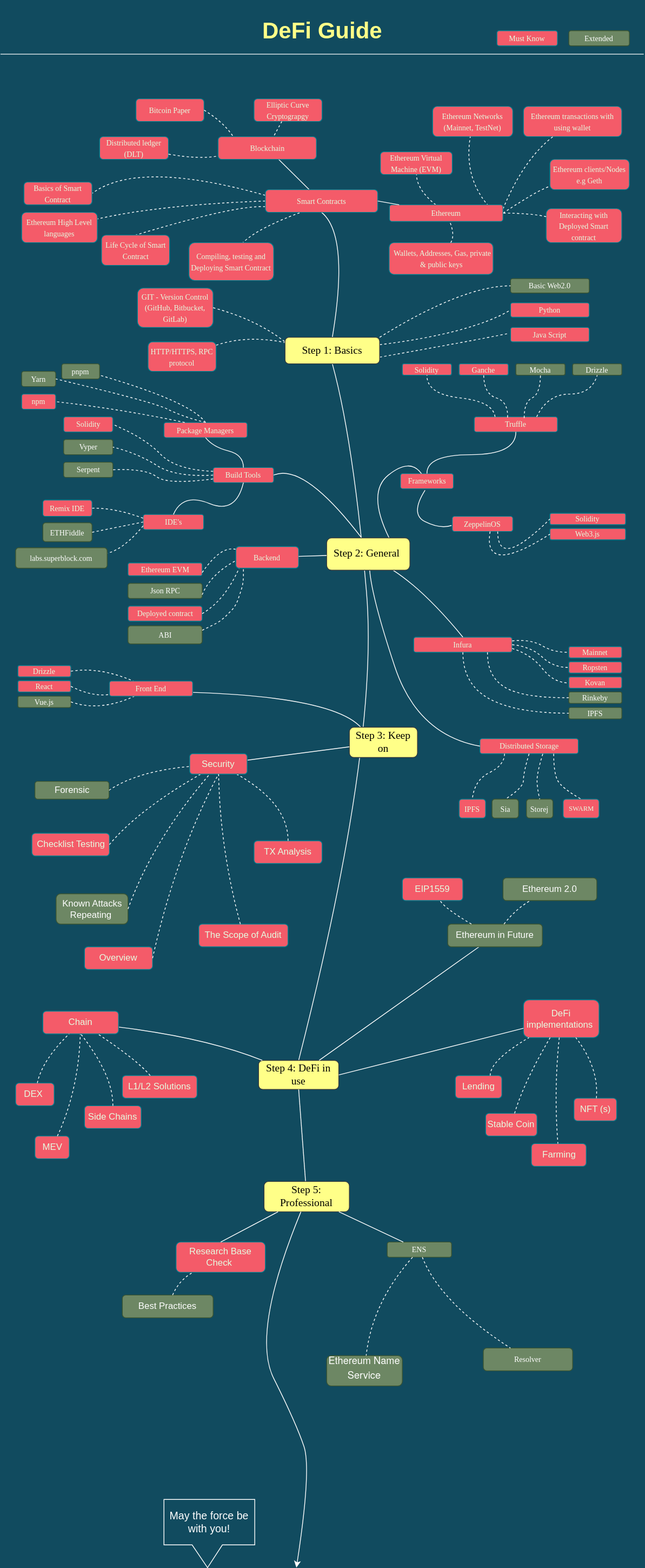
The draw.io diagram DeFiDevRroadMap_-Page-1.svg in OffcierCia/DeFi-Developer-Road-Map, before a commit. Source tidied: cells renumbered, new cells last; positions are measured from the earlier drawing's top-left corner, leaving out a move shared by most shapes.
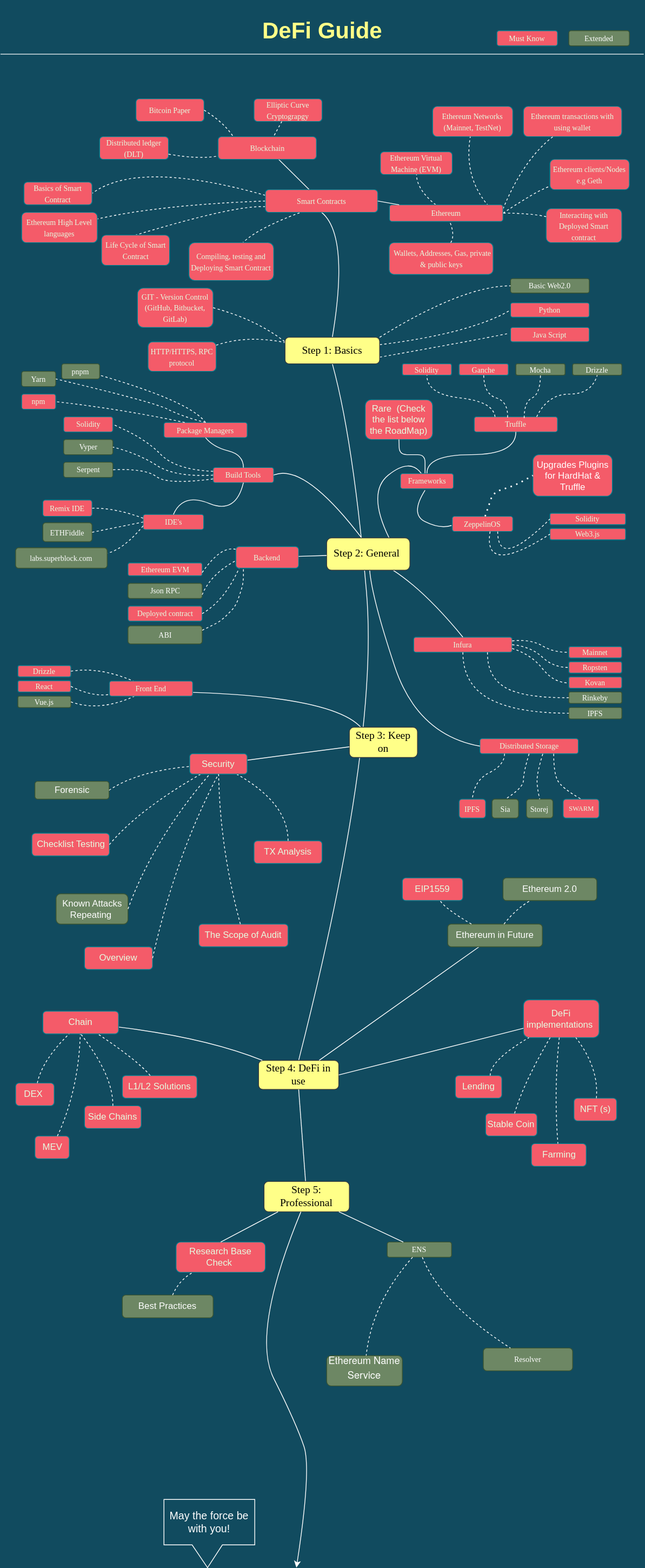
After the change.

The edit, as a diff of the source:
```diff
@@ -67,9 +67,6 @@
     <mxCell id="16" value="&lt;font style=&quot;font-size: 10px&quot;&gt;ETHFiddle&lt;/font&gt;" style="whiteSpace=wrap;html=1;comic=0;fontFamily=Verdana;fontSize=8;fillColor=#6d8764;rounded=1;strokeColor=#3A5431;fontColor=#ffffff;" parent="1" vertex="1">
       <mxGeometry x="56" y="690" width="65" height="25" as="geometry" />
     </mxCell>
-    <mxCell id="17" value="Frameworks" style="whiteSpace=wrap;html=1;comic=0;fontFamily=Verdana;fontSize=10;fillColor=#F45B69;rounded=1;strokeColor=#028090;fontColor=#E4FDE1;" parent="1" vertex="1">
-      <mxGeometry x="528.5" y="625" width="70" height="20" as="geometry" />
-    </mxCell>
     <mxCell id="18" value="Truffle " style="whiteSpace=wrap;html=1;comic=0;fontFamily=Verdana;fontSize=10;fillColor=#F45B69;rounded=1;strokeColor=#028090;fontColor=#E4FDE1;" parent="1" vertex="1">
       <mxGeometry x="626" y="550" width="110" height="20" as="geometry" />
     </mxCell>
@@ -939,5 +936,31 @@
     <mxCell id="191" value="&lt;p style=&quot;margin: 0px ; font-weight: normal ; font-stretch: normal ; font-size: 13px ; line-height: normal ; font-family: &amp;#34;helvetica neue&amp;#34; ; min-height: 15px&quot;&gt;&amp;nbsp;&amp;nbsp;&lt;/p&gt;" style="text;strokeColor=none;fillColor=none;html=1;fontSize=24;fontStyle=1;verticalAlign=middle;align=center;rounded=0;sketch=0;fontColor=#E4FDE1;" parent="1" vertex="1">
       <mxGeometry x="374.2" width="100" height="40" as="geometry" />
     </mxCell>
+    <mxCell id="192" value="Upgrades Plugins for HardHat &amp;amp; Truffle" style="rounded=1;whiteSpace=wrap;html=1;sketch=0;fontColor=#ffffff;fillColor=#F45B69;strokeColor=#028090;" parent="1" vertex="1">
+      <mxGeometry x="703.5" y="600" width="105" height="55" as="geometry" />
+    </mxCell>
+    <mxCell id="193" style="endArrow=none;dashed=1;html=1;dashPattern=1 3;strokeWidth=2;fontColor=#E4FDE1;fillColor=#F45B69;strokeColor=#FFFFFF;entryX=0;entryY=0.5;entryDx=0;entryDy=0;" parent="1" edge="1" source="30" target="192">
+      <mxGeometry relative="1" as="geometry">
+        <Array as="points">
+          <mxPoint x="651" y="650" />
+          <mxPoint x="681" y="640" />
+        </Array>
+      </mxGeometry>
+    </mxCell>
+    <mxCell id="194" value="Rare &amp;nbsp;(Check the list below the RoadMap)" style="rounded=1;whiteSpace=wrap;html=1;sketch=0;fontColor=#E4FDE1;strokeColor=#028090;fillColor=#F45B69;" parent="1" vertex="1">
+      <mxGeometry x="482" y="527.5" width="89" height="52.5" as="geometry" />
+    </mxCell>
+    <mxCell id="195" style="endArrow=none;html=1;fontColor=#E4FDE1;strokeColor=#FFFFFF;fillColor=#F45B69;entryX=0.5;entryY=1;entryDx=0;entryDy=0;" parent="1" edge="1" target="194">
+      <mxGeometry relative="1" as="geometry">
+        <mxPoint x="561" y="630" as="sourcePoint" />
+        <Array as="points">
+          <mxPoint x="561" y="600" />
+          <mxPoint x="527" y="600" />
+        </Array>
+      </mxGeometry>
+    </mxCell>
+    <mxCell id="17" value="Frameworks" style="whiteSpace=wrap;html=1;comic=0;fontFamily=Verdana;fontSize=10;fillColor=#F45B69;rounded=1;strokeColor=#028090;fontColor=#E4FDE1;" parent="1" vertex="1">
+      <mxGeometry x="528.5" y="625" width="70" height="20" as="geometry" />
+    </mxCell>
   </root>
 </mxGraphModel>
```
